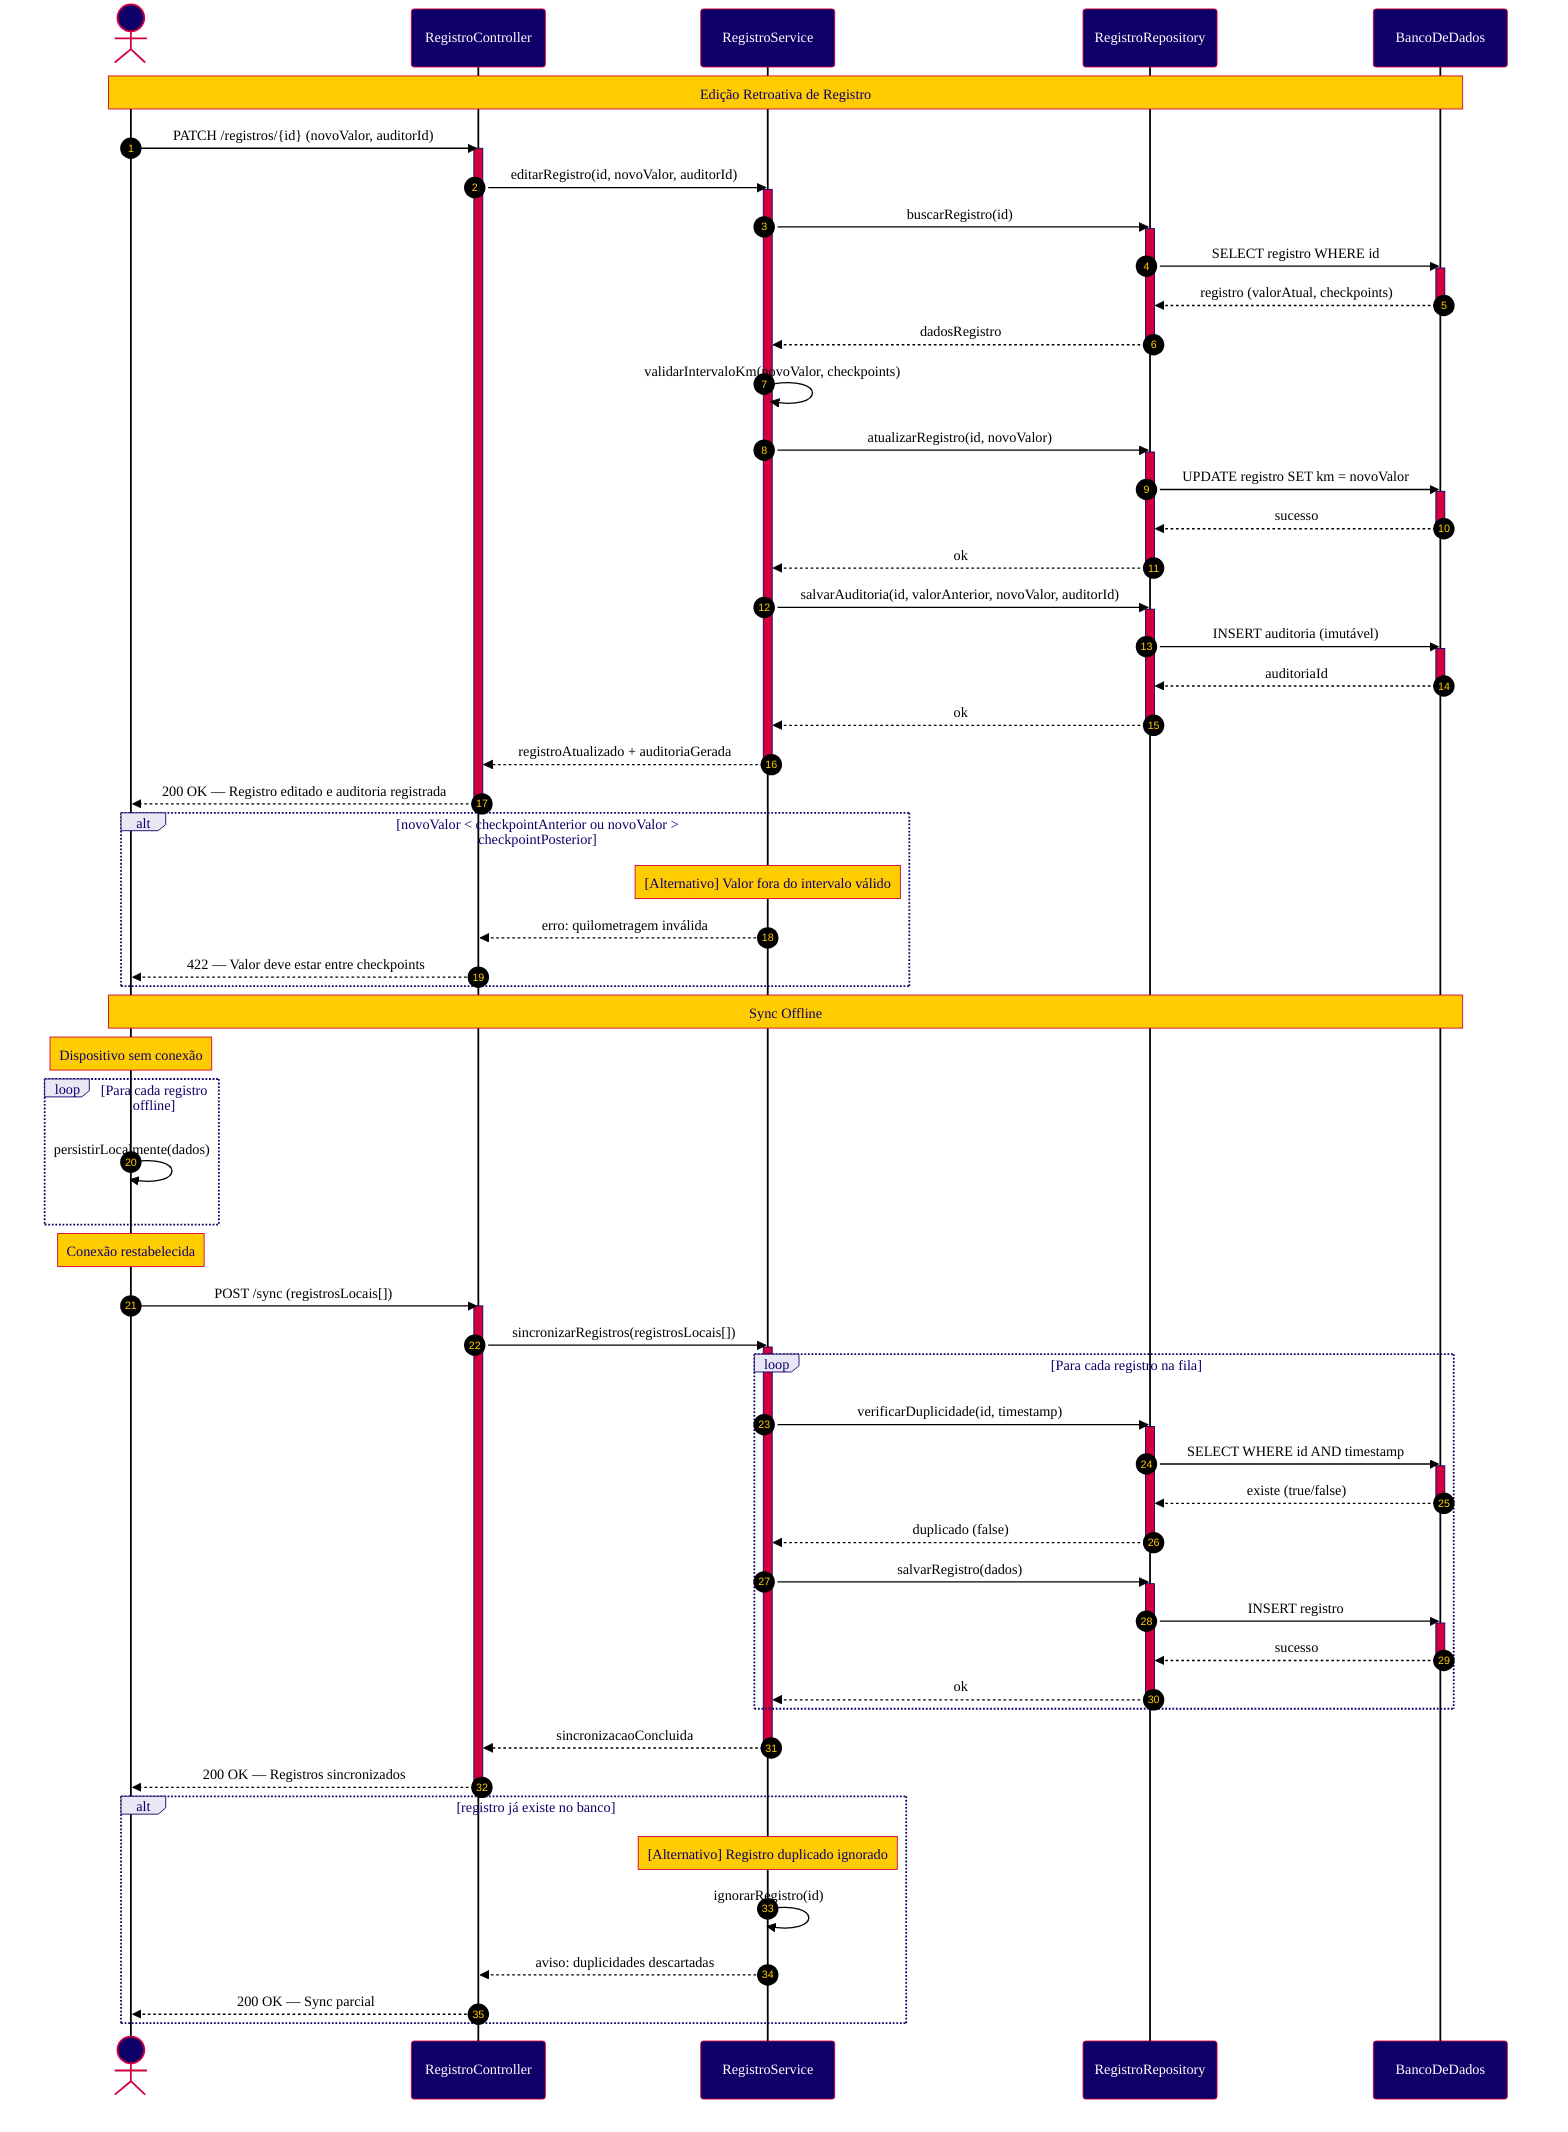
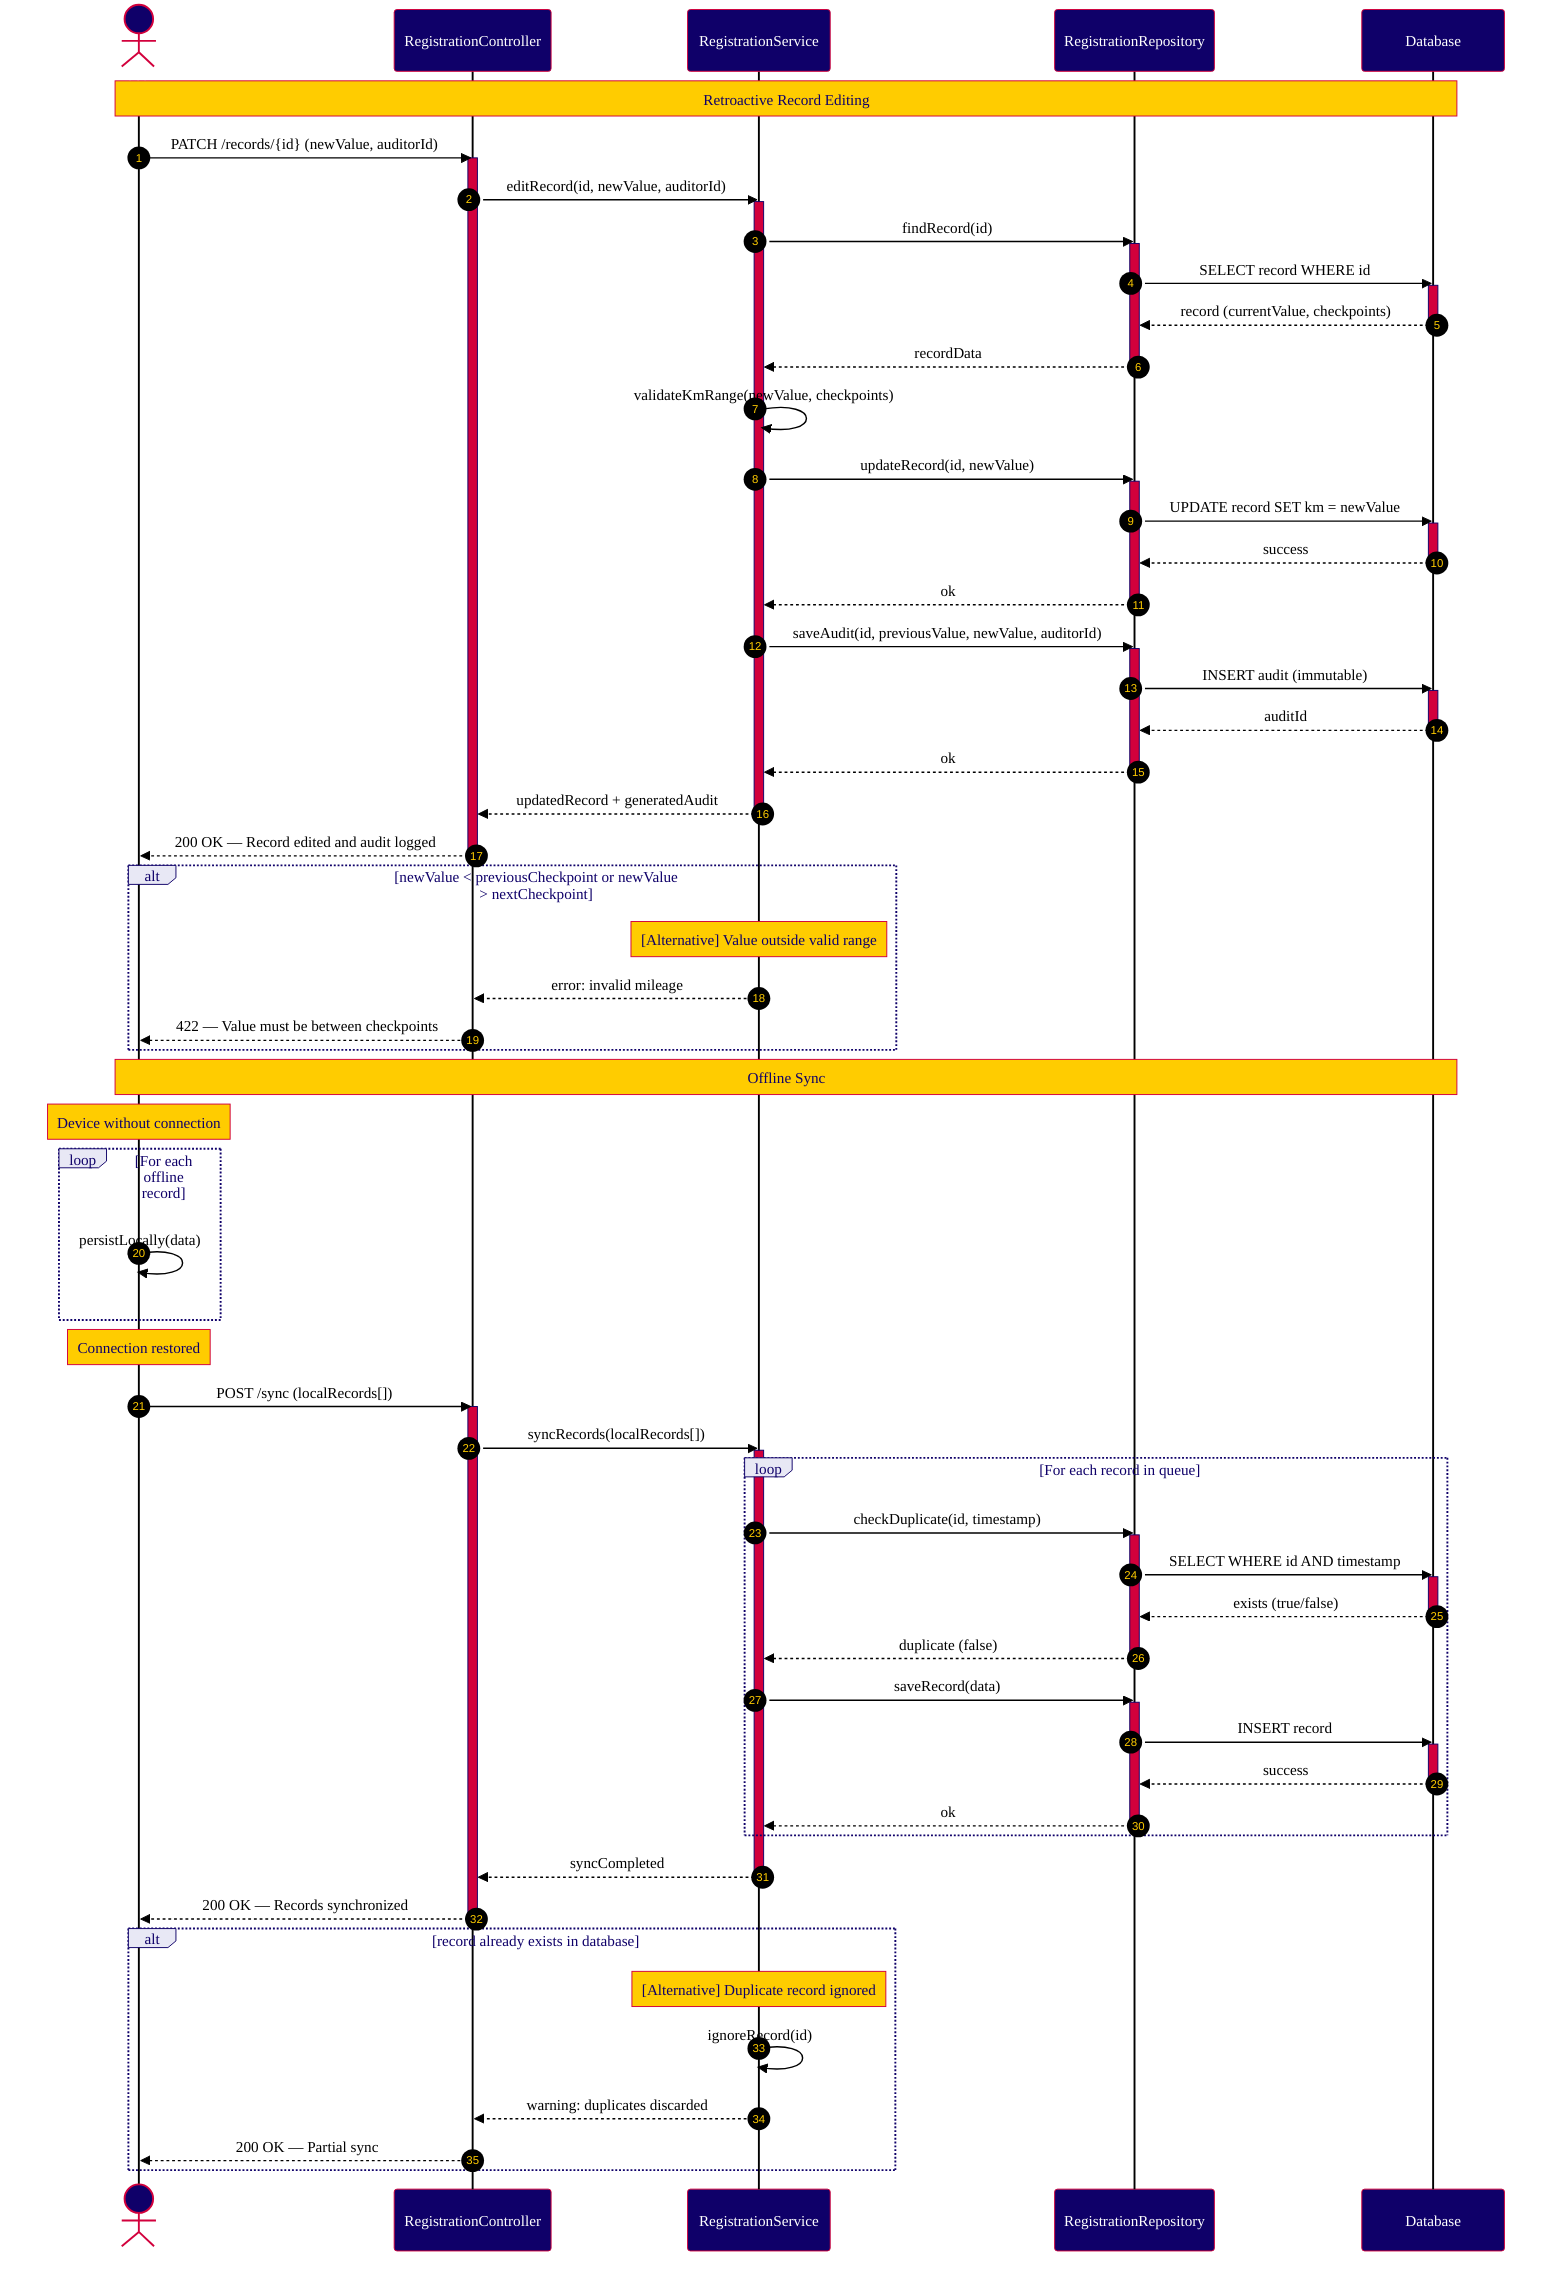
%%{init: {
    "theme": "base",
    "themeVariables": {
        "primaryColor": "#0F0069",
        "primaryTextColor": "#FFFFFF",
        "primaryBorderColor": "#D2003C",
        "secondaryColor": "#D2003C",
        "secondaryTextColor": "#FFFFFF",
        "secondaryBorderColor": "#D2003C",
        "tertiaryColor": "#E8E8F5",
        "tertiaryTextColor": "#0F0069",
        "tertiaryBorderColor": "#0F0069",
        "noteBkgColor": "#FFCC00",
        "noteTextColor": "#0F0069",
        "noteBorderColor": "#D2003C",
        "activationBkgColor": "#D2003C",
        "activationBorderColor": "#0F0069",
        "sequenceNumberColor": "#FFCC00",
        "actorBkg": "#0F0069",
        "actorTextColor": "#FFFFFF",
        "actorBorderColor": "#D2003C",
        "actorLineColor": "#000000",
        "signalColor": "#000000",
        "signalTextColor": "#000000",
        "labelBoxBkgColor": "#E8E8F5",
        "labelBoxBorderColor": "#0F0069",
        "labelTextColor": "#0F0069",
        "loopTextColor": "#0F0069",
        "fontFamily": "Arial, sans-serif",
        "fontSize": "14px"
    }
}}%%
sequenceDiagram
    autonumber
-     actor Usuario
-     participant RegistroController
-     participant RegistroService
-     participant RegistroRepository
-     participant BancoDeDados
+     actor User
+     participant RegistrationController
+     participant RegistrationService
+     participant RegistrationRepository
+     participant Database

-     Note over Usuario, BancoDeDados: Edição Retroativa de Registro
-     Usuario->>RegistroController: PATCH /registros/{id} (novoValor, auditorId)
-     activate RegistroController
-     RegistroController->>RegistroService: editarRegistro(id, novoValor, auditorId)
-     activate RegistroService
+     Note over User, Database: Retroactive Record Editing

-     RegistroService->>RegistroRepository: buscarRegistro(id)
-     activate RegistroRepository
-     RegistroRepository->>BancoDeDados: SELECT registro WHERE id
-     activate BancoDeDados
-     BancoDeDados-->>RegistroRepository: registro (valorAtual, checkpoints)
-     deactivate BancoDeDados
-     RegistroRepository-->>RegistroService: dadosRegistro
-     deactivate RegistroRepository
+     User->>RegistrationController: PATCH /records/{id} (newValue, auditorId)
+     activate RegistrationController

-     RegistroService->>RegistroService: validarIntervaloKm(novoValor, checkpoints)
+     RegistrationController->>RegistrationService: editRecord(id, newValue, auditorId)
+     activate RegistrationService

-     RegistroService->>RegistroRepository: atualizarRegistro(id, novoValor)
-     activate RegistroRepository
-     RegistroRepository->>BancoDeDados: UPDATE registro SET km = novoValor
-     activate BancoDeDados
-     BancoDeDados-->>RegistroRepository: sucesso
-     deactivate BancoDeDados
-     RegistroRepository-->>RegistroService: ok
-     deactivate RegistroRepository
+     RegistrationService->>RegistrationRepository: findRecord(id)
+     activate RegistrationRepository

-     RegistroService->>RegistroRepository: salvarAuditoria(id, valorAnterior, novoValor, auditorId)
-     activate RegistroRepository
-     RegistroRepository->>BancoDeDados: INSERT auditoria (imutável)
-     activate BancoDeDados
-     BancoDeDados-->>RegistroRepository: auditoriaId
-     deactivate BancoDeDados
-     RegistroRepository-->>RegistroService: ok
-     deactivate RegistroRepository
+     RegistrationRepository->>Database: SELECT record WHERE id
+     activate Database

-     RegistroService-->>RegistroController: registroAtualizado + auditoriaGerada
-     deactivate RegistroService
-     RegistroController-->>Usuario: 200 OK — Registro editado e auditoria registrada
-     deactivate RegistroController
+     Database-->>RegistrationRepository: record (currentValue, checkpoints)
+     deactivate Database

-     alt novoValor < checkpointAnterior ou novoValor > checkpointPosterior
-         Note over RegistroService: [Alternativo] Valor fora do intervalo válido
-         RegistroService-->>RegistroController: erro: quilometragem inválida
-         RegistroController-->>Usuario: 422 — Valor deve estar entre checkpoints
+     RegistrationRepository-->>RegistrationService: recordData
+     deactivate RegistrationRepository
+ 
+     RegistrationService->>RegistrationService: validateKmRange(newValue, checkpoints)
+ 
+     RegistrationService->>RegistrationRepository: updateRecord(id, newValue)
+     activate RegistrationRepository
+ 
+     RegistrationRepository->>Database: UPDATE record SET km = newValue
+     activate Database
+ 
+     Database-->>RegistrationRepository: success
+     deactivate Database
+ 
+     RegistrationRepository-->>RegistrationService: ok
+     deactivate RegistrationRepository
+ 
+     RegistrationService->>RegistrationRepository: saveAudit(id, previousValue, newValue, auditorId)
+     activate RegistrationRepository
+ 
+     RegistrationRepository->>Database: INSERT audit (immutable)
+     activate Database
+ 
+     Database-->>RegistrationRepository: auditId
+     deactivate Database
+ 
+     RegistrationRepository-->>RegistrationService: ok
+     deactivate RegistrationRepository
+ 
+     RegistrationService-->>RegistrationController: updatedRecord + generatedAudit
+     deactivate RegistrationService
+ 
+     RegistrationController-->>User: 200 OK — Record edited and audit logged
+     deactivate RegistrationController
+ 
+     alt newValue < previousCheckpoint or newValue > nextCheckpoint
+         Note over RegistrationService: [Alternative] Value outside valid range
+         RegistrationService-->>RegistrationController: error: invalid mileage
+         RegistrationController-->>User: 422 — Value must be between checkpoints
    end

-     Note over Usuario, BancoDeDados: Sync Offline
+     Note over User, Database: Offline Sync

-     Note over Usuario: Dispositivo sem conexão
-     loop Para cada registro offline
-         Usuario->>Usuario: persistirLocalmente(dados)
+     Note over User: Device without connection
+ 
+     loop For each offline record
+         User->>User: persistLocally(data)
    end

-     Note over Usuario: Conexão restabelecida
-     Usuario->>RegistroController: POST /sync (registrosLocais[])
-     activate RegistroController
-     RegistroController->>RegistroService: sincronizarRegistros(registrosLocais[])
-     activate RegistroService
+     Note over User: Connection restored

-     loop Para cada registro na fila
-         RegistroService->>RegistroRepository: verificarDuplicidade(id, timestamp)
-         activate RegistroRepository
-         RegistroRepository->>BancoDeDados: SELECT WHERE id AND timestamp
-         activate BancoDeDados
-         BancoDeDados-->>RegistroRepository: existe (true/false)
-         deactivate BancoDeDados
-         RegistroRepository-->>RegistroService: duplicado (false)
-         deactivate RegistroRepository
+     User->>RegistrationController: POST /sync (localRecords[])
+     activate RegistrationController

-         RegistroService->>RegistroRepository: salvarRegistro(dados)
-         activate RegistroRepository
-         RegistroRepository->>BancoDeDados: INSERT registro
-         activate BancoDeDados
-         BancoDeDados-->>RegistroRepository: sucesso
-         deactivate BancoDeDados
-         RegistroRepository-->>RegistroService: ok
-         deactivate RegistroRepository
+     RegistrationController->>RegistrationService: syncRecords(localRecords[])
+     activate RegistrationService
+ 
+     loop For each record in queue
+         RegistrationService->>RegistrationRepository: checkDuplicate(id, timestamp)
+         activate RegistrationRepository
+ 
+         RegistrationRepository->>Database: SELECT WHERE id AND timestamp
+         activate Database
+ 
+         Database-->>RegistrationRepository: exists (true/false)
+         deactivate Database
+ 
+         RegistrationRepository-->>RegistrationService: duplicate (false)
+         deactivate RegistrationRepository
+ 
+         RegistrationService->>RegistrationRepository: saveRecord(data)
+         activate RegistrationRepository
+ 
+         RegistrationRepository->>Database: INSERT record
+         activate Database
+ 
+         Database-->>RegistrationRepository: success
+         deactivate Database
+ 
+         RegistrationRepository-->>RegistrationService: ok
+         deactivate RegistrationRepository
    end

-     RegistroService-->>RegistroController: sincronizacaoConcluida
-     deactivate RegistroService
-     RegistroController-->>Usuario: 200 OK — Registros sincronizados
-     deactivate RegistroController
+     RegistrationService-->>RegistrationController: syncCompleted
+     deactivate RegistrationService

-     alt registro já existe no banco
-         Note over RegistroService: [Alternativo] Registro duplicado ignorado
-         RegistroService->>RegistroService: ignorarRegistro(id)
-         RegistroService-->>RegistroController: aviso: duplicidades descartadas
-         RegistroController-->>Usuario: 200 OK — Sync parcial
+     RegistrationController-->>User: 200 OK — Records synchronized
+     deactivate RegistrationController
+ 
+     alt record already exists in database
+         Note over RegistrationService: [Alternative] Duplicate record ignored
+         RegistrationService->>RegistrationService: ignoreRecord(id)
+         RegistrationService-->>RegistrationController: warning: duplicates discarded
+         RegistrationController-->>User: 200 OK — Partial sync
    end